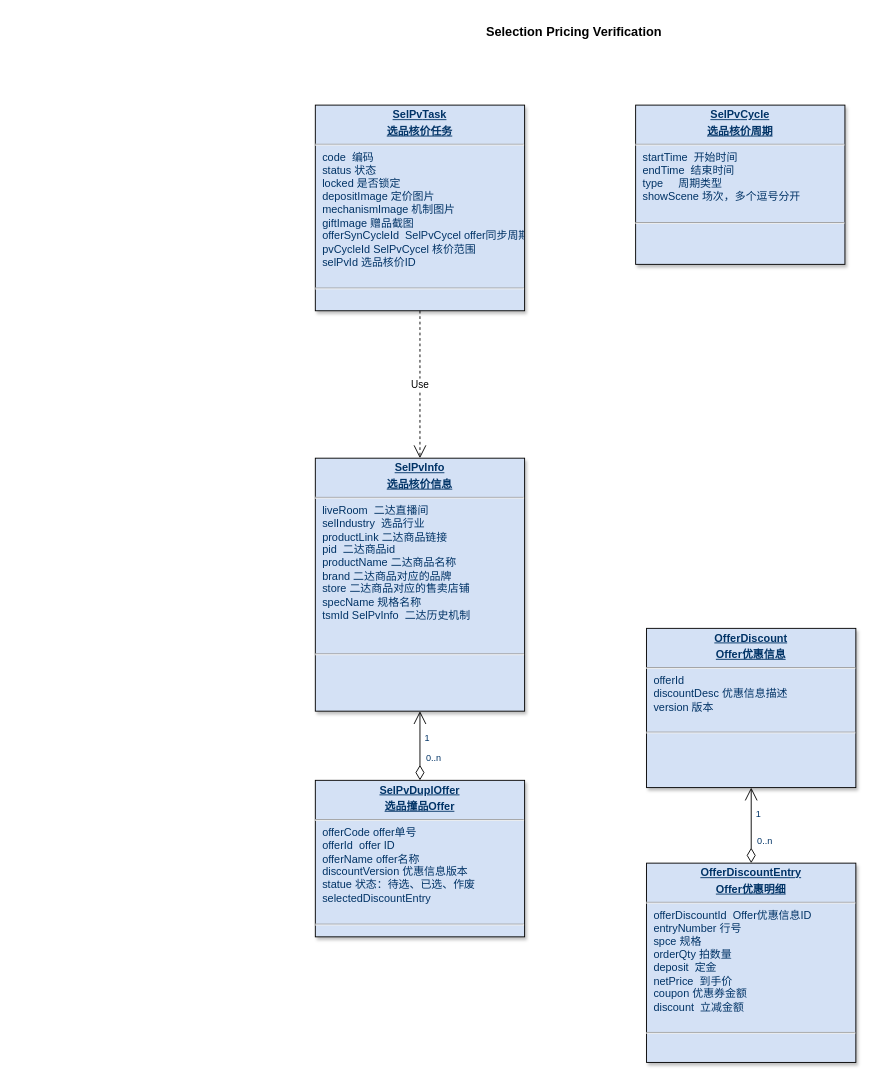
This is page "选品核价" (21 of 21) of 美one.drawio from rockywade/draw, a draw.io file, before an edit. Source tidied: cells renumbered, new cells numbered last; positions are measured from the earlier drawing's top-left corner, leaving out a move shared by most shapes. Both pictures are drawn from the tidied source at 91%, with x=0, y=0 at pixel (315, 15).
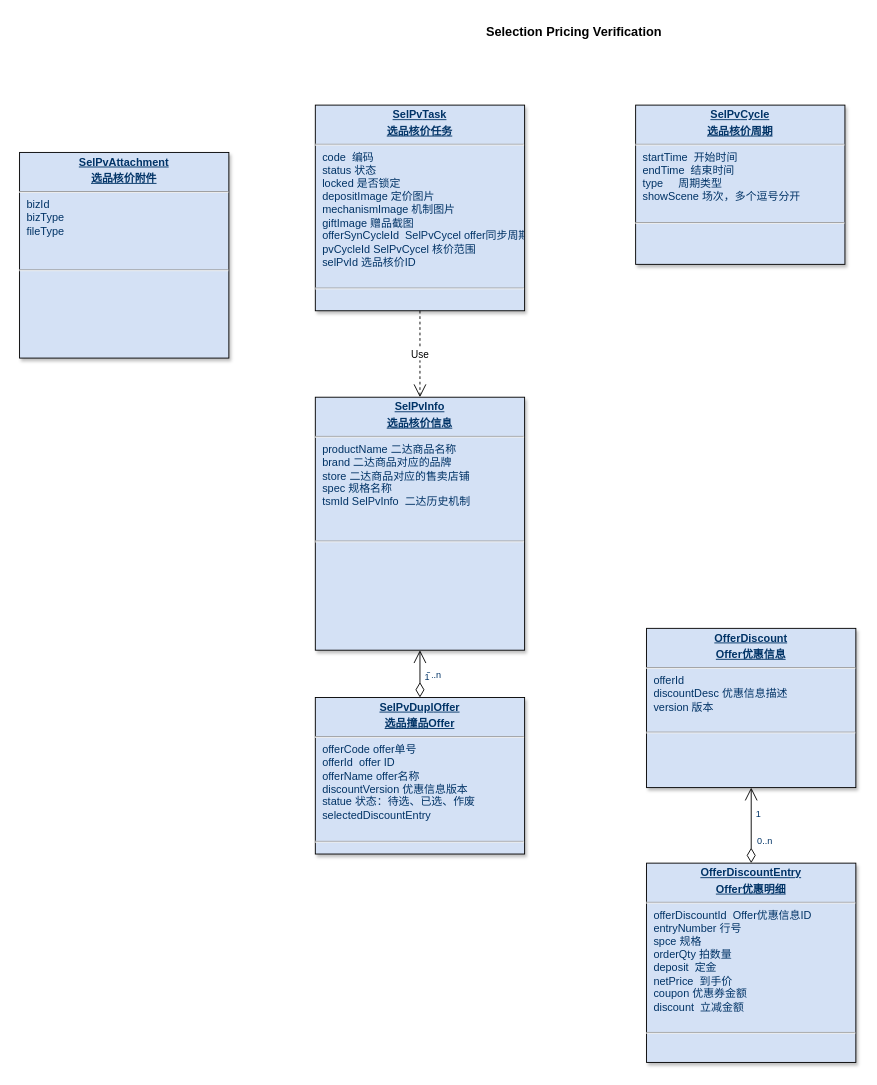
The same diagram, later.

Change to the diagram source:
```diff
@@
 <mxGraphModel>
   <root>
     <mxCell id="0" />
     <mxCell id="1" parent="0" />
     <mxCell id="2" value="&lt;p style=&quot;margin: 4px 0px 0px; text-align: center;&quot;&gt;&lt;span style=&quot;background-color: transparent; text-align: left;&quot;&gt;&lt;b&gt;&lt;u&gt;SelPv&lt;/u&gt;&lt;/b&gt;&lt;/span&gt;&lt;span style=&quot;background-color: transparent; text-align: left;&quot;&gt;&lt;b&gt;&lt;u&gt;Task&lt;/u&gt;&lt;/b&gt;&lt;/span&gt;&lt;/p&gt;&lt;p style=&quot;margin: 4px 0px 0px; text-align: center;&quot;&gt;&lt;span style=&quot;background-color: transparent; text-align: left;&quot;&gt;&lt;b&gt;&lt;u&gt;选品核价任务&lt;/u&gt;&lt;/b&gt;&lt;/span&gt;&lt;/p&gt;&lt;hr&gt;&lt;p style=&quot;margin: 0px; margin-left: 8px;&quot;&gt;code&amp;nbsp; 编码&lt;/p&gt;&lt;p style=&quot;margin: 0px; margin-left: 8px;&quot;&gt;status 状态&lt;/p&gt;&lt;p style=&quot;margin: 0px; margin-left: 8px;&quot;&gt;locked 是否锁定&lt;br&gt;&lt;/p&gt;&lt;p style=&quot;margin: 0px 0px 0px 8px;&quot;&gt;&lt;span style=&quot;background-color: transparent; color: light-dark(rgb(0, 51, 102), rgb(161, 205, 249));&quot;&gt;depositImage 定价图片&lt;/span&gt;&lt;/p&gt;&lt;p style=&quot;margin: 0px 0px 0px 8px;&quot;&gt;mechanismImage 机制图片&lt;/p&gt;&lt;p style=&quot;margin: 0px 0px 0px 8px;&quot;&gt;giftImage&amp;nbsp;赠品截图&lt;/p&gt;&lt;p style=&quot;margin: 0px; margin-left: 8px;&quot;&gt;offerSynCycleId&amp;nbsp; SelPvCycel offer同步周期&lt;/p&gt;&lt;p style=&quot;margin: 0px; margin-left: 8px;&quot;&gt;&lt;span style=&quot;background-color: transparent;&quot;&gt;pvCycleId&amp;nbsp;&lt;/span&gt;&lt;span style=&quot;background-color: transparent;&quot;&gt;SelPvCycel&amp;nbsp;&lt;/span&gt;&lt;span style=&quot;background-color: transparent; color: light-dark(rgb(0, 51, 102), rgb(161, 205, 249));&quot;&gt;核价范围&lt;/span&gt;&lt;/p&gt;&lt;p style=&quot;margin: 0px; margin-left: 8px;&quot;&gt;selPvId 选品核价ID&lt;span style=&quot;background-color: transparent; color: light-dark(rgb(0, 51, 102), rgb(161, 205, 249));&quot;&gt;&lt;/span&gt;&lt;/p&gt;&lt;p style=&quot;margin: 0px; margin-left: 8px;&quot;&gt;&lt;span style=&quot;background-color: transparent;&quot;&gt;&lt;br&gt;&lt;/span&gt;&lt;/p&gt;&lt;hr&gt;&lt;p style=&quot;margin: 0px; margin-left: 8px;&quot;&gt;&lt;br&gt;&lt;/p&gt;&lt;p style=&quot;margin: 0px; margin-left: 8px;&quot;&gt;&lt;br&gt;&lt;/p&gt;" style="verticalAlign=top;align=left;overflow=fill;fontSize=12;fontFamily=Helvetica;html=1;strokeColor=default;shadow=1;fillColor=#D4E1F5;fontColor=#003366;rounded=0;glass=0;imageAspect=1;labelBackgroundColor=none;textShadow=0;direction=east;" parent="1" vertex="1">
       <mxGeometry y="98" width="230" height="226" as="geometry" />
     </mxCell>
     <mxCell id="3" value="&lt;b&gt;&lt;font style=&quot;font-size: 14px;&quot;&gt;Selection Pricing Verification&lt;/font&gt;&lt;/b&gt;" style="text;html=1;align=center;verticalAlign=middle;whiteSpace=wrap;rounded=0;" parent="1" vertex="1">
       <mxGeometry x="154" width="261" height="35" as="geometry" />
     </mxCell>
     <mxCell id="4" value="&lt;p style=&quot;margin: 4px 0px 0px; text-align: center;&quot;&gt;&lt;span style=&quot;background-color: transparent; text-align: left;&quot;&gt;&lt;b&gt;&lt;u&gt;SelPv&lt;/u&gt;&lt;/b&gt;&lt;/span&gt;&lt;span style=&quot;background-color: transparent; text-align: left;&quot;&gt;&lt;b&gt;&lt;u&gt;Cycle&lt;/u&gt;&lt;/b&gt;&lt;/span&gt;&lt;/p&gt;&lt;p style=&quot;margin: 4px 0px 0px; text-align: center;&quot;&gt;&lt;span style=&quot;background-color: transparent; text-align: left;&quot;&gt;&lt;b&gt;&lt;u&gt;选品核价周期&lt;/u&gt;&lt;/b&gt;&lt;/span&gt;&lt;/p&gt;&lt;hr&gt;&lt;p style=&quot;margin: 0px; margin-left: 8px;&quot;&gt;startTime&amp;nbsp; 开始时间&lt;/p&gt;&lt;p style=&quot;margin: 0px; margin-left: 8px;&quot;&gt;endTime&amp;nbsp; 结束时间&lt;/p&gt;&lt;p style=&quot;margin: 0px; margin-left: 8px;&quot;&gt;type&amp;nbsp; &amp;nbsp; &amp;nbsp;周期类型&lt;/p&gt;&lt;p style=&quot;margin: 0px; margin-left: 8px;&quot;&gt;showScene 场次，多个逗号分开&lt;/p&gt;&lt;p style=&quot;margin: 0px; margin-left: 8px;&quot;&gt;&lt;br&gt;&lt;/p&gt;&lt;hr&gt;&lt;p style=&quot;margin: 0px; margin-left: 8px;&quot;&gt;&lt;br&gt;&lt;/p&gt;&lt;p style=&quot;margin: 0px; margin-left: 8px;&quot;&gt;&lt;br&gt;&lt;/p&gt;" style="verticalAlign=top;align=left;overflow=fill;fontSize=12;fontFamily=Helvetica;html=1;strokeColor=default;shadow=1;fillColor=#D4E1F5;fontColor=#003366;rounded=0;glass=0;imageAspect=1;labelBackgroundColor=none;textShadow=0;direction=east;" parent="1" vertex="1">
       <mxGeometry x="352" y="98" width="230" height="175" as="geometry" />
     </mxCell>
     <mxCell id="5" value="&lt;p style=&quot;margin: 4px 0px 0px; text-align: center;&quot;&gt;&lt;span style=&quot;background-color: transparent; text-align: left;&quot;&gt;&lt;b&gt;&lt;u&gt;SelPvD&lt;/u&gt;&lt;/b&gt;&lt;/span&gt;&lt;span style=&quot;background-color: transparent; text-align: left;&quot;&gt;&lt;b&gt;&lt;u&gt;upl&lt;/u&gt;&lt;/b&gt;&lt;/span&gt;&lt;b style=&quot;background-color: transparent; text-align: left; color: light-dark(rgb(0, 51, 102), rgb(161, 205, 249));&quot;&gt;&lt;u&gt;Offer&lt;/u&gt;&lt;/b&gt;&lt;/p&gt;&lt;p style=&quot;margin: 4px 0px 0px; text-align: center;&quot;&gt;&lt;span style=&quot;background-color: transparent; text-align: left;&quot;&gt;&lt;b&gt;&lt;u&gt;选品撞品Offer&lt;/u&gt;&lt;/b&gt;&lt;/span&gt;&lt;/p&gt;&lt;hr&gt;&lt;p style=&quot;margin: 0px; margin-left: 8px;&quot;&gt;offerCode offer单号&lt;/p&gt;&lt;p style=&quot;margin: 0px; margin-left: 8px;&quot;&gt;offerId&amp;nbsp; offer ID&lt;/p&gt;&lt;p style=&quot;margin: 0px; margin-left: 8px;&quot;&gt;offerName offer名称&lt;/p&gt;&lt;p style=&quot;margin: 0px; margin-left: 8px;&quot;&gt;discountVersion 优惠信息版本&lt;/p&gt;&lt;p style=&quot;margin: 0px; margin-left: 8px;&quot;&gt;statue 状态：待选、已选、作废&lt;/p&gt;&lt;p style=&quot;margin: 0px; margin-left: 8px;&quot;&gt;selectedDiscountEntry&lt;/p&gt;&lt;p style=&quot;margin: 0px; margin-left: 8px;&quot;&gt;&lt;span style=&quot;background-color: transparent;&quot;&gt;&lt;br&gt;&lt;/span&gt;&lt;/p&gt;&lt;hr&gt;&lt;p style=&quot;margin: 0px; margin-left: 8px;&quot;&gt;&lt;br&gt;&lt;/p&gt;&lt;p style=&quot;margin: 0px; margin-left: 8px;&quot;&gt;&lt;br&gt;&lt;/p&gt;" style="verticalAlign=top;align=left;overflow=fill;fontSize=12;fontFamily=Helvetica;html=1;strokeColor=default;shadow=1;fillColor=#D4E1F5;fontColor=#003366;rounded=0;glass=0;imageAspect=1;labelBackgroundColor=none;textShadow=0;direction=east;" parent="1" vertex="1">
-      <mxGeometry y="840" width="230" height="172" as="geometry" />
+      <mxGeometry y="749" width="230" height="172" as="geometry" />
     </mxCell>
     <mxCell id="6" style="endArrow=open;endSize=12;startArrow=diamondThin;startSize=14;startFill=0;edgeStyle=orthogonalEdgeStyle;exitX=0.5;exitY=0;exitDx=0;exitDy=0;entryX=0.5;entryY=1;entryDx=0;entryDy=0;" parent="1" edge="1" source="5" target="9">
       <mxGeometry x="-377.9" y="803.2" as="geometry" />
     </mxCell>
     <mxCell id="7" value="0..n" style="align=left;verticalAlign=top;labelBackgroundColor=#ffffff;fontSize=10;strokeColor=#003366;shadow=1;fillColor=#D4E1F5;fontColor=#003366;" parent="6" vertex="1">
       <mxGeometry x="-1" relative="1" as="geometry">
         <mxPoint x="5" y="-37" as="offset" />
       </mxGeometry>
     </mxCell>
     <mxCell id="8" value="1" style="align=right;verticalAlign=top;labelBackgroundColor=#ffffff;fontSize=10;strokeColor=#003366;shadow=1;fillColor=#D4E1F5;fontColor=#003366;" parent="6" vertex="1">
       <mxGeometry x="1" relative="1" as="geometry">
         <mxPoint x="12" y="17" as="offset" />
       </mxGeometry>
     </mxCell>
-    <mxCell id="9" value="&lt;p style=&quot;margin: 4px 0px 0px; text-align: center;&quot;&gt;&lt;span style=&quot;background-color: transparent; text-align: left;&quot;&gt;&lt;b&gt;&lt;u&gt;SelPvInfo&lt;/u&gt;&lt;/b&gt;&lt;/span&gt;&lt;/p&gt;&lt;p style=&quot;margin: 4px 0px 0px; text-align: center;&quot;&gt;&lt;span style=&quot;background-color: transparent; text-align: left;&quot;&gt;&lt;b&gt;&lt;u&gt;选品核价信息&lt;/u&gt;&lt;/b&gt;&lt;/span&gt;&lt;/p&gt;&lt;hr&gt;&lt;p style=&quot;margin: 0px; margin-left: 8px;&quot;&gt;&lt;span style=&quot;background-color: transparent; color: light-dark(rgb(0, 51, 102), rgb(161, 205, 249));&quot;&gt;liveRoom&amp;nbsp; 二达直播间&lt;/span&gt;&lt;/p&gt;&lt;p style=&quot;margin: 0px; margin-left: 8px;&quot;&gt;selIndustry&amp;nbsp; 选品行业&lt;/p&gt;&lt;p style=&quot;margin: 0px; margin-left: 8px;&quot;&gt;productLink&amp;nbsp;二达商品链接&lt;/p&gt;&lt;p style=&quot;margin: 0px; margin-left: 8px;&quot;&gt;pid&amp;nbsp;&amp;nbsp;&lt;span style=&quot;background-color: transparent; color: light-dark(rgb(0, 51, 102), rgb(161, 205, 249));&quot;&gt;二达商品id&lt;/span&gt;&lt;/p&gt;&lt;p style=&quot;margin: 0px; margin-left: 8px;&quot;&gt;&lt;span style=&quot;background-color: transparent; color: light-dark(rgb(0, 51, 102), rgb(161, 205, 249));&quot;&gt;productName&amp;nbsp;&lt;/span&gt;&lt;span style=&quot;background-color: transparent; color: light-dark(rgb(0, 51, 102), rgb(161, 205, 249));&quot;&gt;二达商品名称&lt;/span&gt;&lt;/p&gt;&lt;p style=&quot;margin: 0px; margin-left: 8px;&quot;&gt;&lt;span style=&quot;background-color: transparent; color: light-dark(rgb(0, 51, 102), rgb(161, 205, 249));&quot;&gt;brand&amp;nbsp;&lt;/span&gt;&lt;span style=&quot;background-color: transparent; color: light-dark(rgb(0, 51, 102), rgb(161, 205, 249));&quot;&gt;二达商品对应的品牌&lt;/span&gt;&lt;/p&gt;&lt;p style=&quot;margin: 0px; margin-left: 8px;&quot;&gt;&lt;span style=&quot;background-color: transparent; color: light-dark(rgb(0, 51, 102), rgb(161, 205, 249));&quot;&gt;store&amp;nbsp;&lt;/span&gt;&lt;span style=&quot;background-color: transparent; color: light-dark(rgb(0, 51, 102), rgb(161, 205, 249));&quot;&gt;二达商品对应的售卖店铺&lt;/span&gt;&lt;/p&gt;&lt;p style=&quot;margin: 0px; margin-left: 8px;&quot;&gt;&lt;span style=&quot;background-color: transparent;&quot;&gt;specName 规格名称&lt;br&gt;tsmId&amp;nbsp;&lt;/span&gt;&lt;span style=&quot;background-color: transparent;&quot;&gt;SelPvInfo&amp;nbsp; 二达历史机制&lt;/span&gt;&lt;/p&gt;&lt;p style=&quot;margin: 0px; margin-left: 8px;&quot;&gt;&lt;span style=&quot;background-color: transparent;&quot;&gt;&lt;br&gt;&lt;/span&gt;&lt;/p&gt;&lt;p style=&quot;margin: 0px; margin-left: 8px;&quot;&gt;&lt;span style=&quot;background-color: transparent;&quot;&gt;&lt;br&gt;&lt;/span&gt;&lt;/p&gt;&lt;hr&gt;&lt;p style=&quot;margin: 0px; margin-left: 8px;&quot;&gt;&lt;br&gt;&lt;/p&gt;&lt;p style=&quot;margin: 0px; margin-left: 8px;&quot;&gt;&lt;br&gt;&lt;/p&gt;" style="verticalAlign=top;align=left;overflow=fill;fontSize=12;fontFamily=Helvetica;html=1;strokeColor=default;shadow=1;fillColor=#D4E1F5;fontColor=#003366;rounded=0;glass=0;imageAspect=1;labelBackgroundColor=none;textShadow=0;direction=east;" parent="1" vertex="1">
-      <mxGeometry y="486" width="230" height="278" as="geometry" />
+    <mxCell id="9" value="&lt;p style=&quot;margin: 4px 0px 0px; text-align: center;&quot;&gt;&lt;span style=&quot;background-color: transparent; text-align: left;&quot;&gt;&lt;b&gt;&lt;u&gt;SelPvInfo&lt;/u&gt;&lt;/b&gt;&lt;/span&gt;&lt;/p&gt;&lt;p style=&quot;margin: 4px 0px 0px; text-align: center;&quot;&gt;&lt;span style=&quot;background-color: transparent; text-align: left;&quot;&gt;&lt;b&gt;&lt;u&gt;选品核价信息&lt;/u&gt;&lt;/b&gt;&lt;/span&gt;&lt;/p&gt;&lt;hr&gt;&lt;p style=&quot;margin: 0px; margin-left: 8px;&quot;&gt;&lt;span style=&quot;background-color: transparent; color: light-dark(rgb(0, 51, 102), rgb(161, 205, 249));&quot;&gt;productName&amp;nbsp;&lt;/span&gt;&lt;span style=&quot;background-color: transparent; color: light-dark(rgb(0, 51, 102), rgb(161, 205, 249));&quot;&gt;二达商品名称&lt;/span&gt;&lt;/p&gt;&lt;p style=&quot;margin: 0px; margin-left: 8px;&quot;&gt;&lt;span style=&quot;background-color: transparent; color: light-dark(rgb(0, 51, 102), rgb(161, 205, 249));&quot;&gt;brand&amp;nbsp;&lt;/span&gt;&lt;span style=&quot;background-color: transparent; color: light-dark(rgb(0, 51, 102), rgb(161, 205, 249));&quot;&gt;二达商品对应的品牌&lt;/span&gt;&lt;/p&gt;&lt;p style=&quot;margin: 0px; margin-left: 8px;&quot;&gt;&lt;span style=&quot;background-color: transparent; color: light-dark(rgb(0, 51, 102), rgb(161, 205, 249));&quot;&gt;store&amp;nbsp;&lt;/span&gt;&lt;span style=&quot;background-color: transparent; color: light-dark(rgb(0, 51, 102), rgb(161, 205, 249));&quot;&gt;二达商品对应的售卖店铺&lt;/span&gt;&lt;/p&gt;&lt;p style=&quot;margin: 0px; margin-left: 8px;&quot;&gt;&lt;span style=&quot;background-color: transparent;&quot;&gt;spec 规格名称&lt;br&gt;tsmId&amp;nbsp;&lt;/span&gt;&lt;span style=&quot;background-color: transparent;&quot;&gt;SelPvInfo&amp;nbsp; 二达历史机制&lt;/span&gt;&lt;/p&gt;&lt;p style=&quot;margin: 0px; margin-left: 8px;&quot;&gt;&lt;span style=&quot;background-color: transparent;&quot;&gt;&lt;br&gt;&lt;/span&gt;&lt;/p&gt;&lt;p style=&quot;margin: 0px; margin-left: 8px;&quot;&gt;&lt;span style=&quot;background-color: transparent;&quot;&gt;&lt;br&gt;&lt;/span&gt;&lt;/p&gt;&lt;hr&gt;&lt;p style=&quot;margin: 0px; margin-left: 8px;&quot;&gt;&lt;br&gt;&lt;/p&gt;&lt;p style=&quot;margin: 0px; margin-left: 8px;&quot;&gt;&lt;br&gt;&lt;/p&gt;" style="verticalAlign=top;align=left;overflow=fill;fontSize=12;fontFamily=Helvetica;html=1;strokeColor=default;shadow=1;fillColor=#D4E1F5;fontColor=#003366;rounded=0;glass=0;imageAspect=1;labelBackgroundColor=none;textShadow=0;direction=east;" parent="1" vertex="1">
+      <mxGeometry y="419" width="230" height="278" as="geometry" />
     </mxCell>
     <mxCell id="10" value="Use" style="endArrow=open;endSize=12;dashed=1;html=1;rounded=0;exitX=0.5;exitY=1;exitDx=0;exitDy=0;entryX=0.5;entryY=0;entryDx=0;entryDy=0;" parent="1" edge="1" source="2" target="9">
       <mxGeometry relative="1" as="geometry" />
     </mxCell>
     <mxCell id="11" value="&lt;p style=&quot;margin: 4px 0px 0px; text-align: center;&quot;&gt;&lt;span style=&quot;background-color: transparent; text-align: left;&quot;&gt;&lt;b&gt;&lt;u&gt;OfferDiscount&lt;/u&gt;&lt;/b&gt;&lt;/span&gt;&lt;/p&gt;&lt;p style=&quot;margin: 4px 0px 0px; text-align: center;&quot;&gt;&lt;span style=&quot;background-color: transparent; text-align: left;&quot;&gt;&lt;b&gt;&lt;u&gt;Offer优惠信息&lt;/u&gt;&lt;/b&gt;&lt;/span&gt;&lt;/p&gt;&lt;hr&gt;&lt;p style=&quot;margin: 0px; margin-left: 8px;&quot;&gt;offerId&lt;/p&gt;&lt;p style=&quot;margin: 0px; margin-left: 8px;&quot;&gt;discountDesc 优惠信息描述&lt;br&gt;version 版本&lt;/p&gt;&lt;p style=&quot;margin: 0px; margin-left: 8px;&quot;&gt;&lt;br&gt;&lt;/p&gt;&lt;hr&gt;&lt;p style=&quot;margin: 0px; margin-left: 8px;&quot;&gt;&lt;br&gt;&lt;/p&gt;&lt;p style=&quot;margin: 0px; margin-left: 8px;&quot;&gt;&lt;br&gt;&lt;/p&gt;" style="verticalAlign=top;align=left;overflow=fill;fontSize=12;fontFamily=Helvetica;html=1;strokeColor=default;shadow=1;fillColor=#D4E1F5;fontColor=#003366;rounded=0;glass=0;imageAspect=1;labelBackgroundColor=none;textShadow=0;direction=east;" parent="1" vertex="1">
       <mxGeometry x="364" y="673" width="230" height="175" as="geometry" />
     </mxCell>
     <mxCell id="12" value="&lt;p style=&quot;margin: 4px 0px 0px; text-align: center;&quot;&gt;&lt;span style=&quot;background-color: transparent; text-align: left;&quot;&gt;&lt;b&gt;&lt;u&gt;OfferDiscountEntry&lt;/u&gt;&lt;/b&gt;&lt;/span&gt;&lt;/p&gt;&lt;p style=&quot;margin: 4px 0px 0px; text-align: center;&quot;&gt;&lt;span style=&quot;background-color: transparent; text-align: left;&quot;&gt;&lt;b&gt;&lt;u&gt;Offer优惠明细&lt;/u&gt;&lt;/b&gt;&lt;/span&gt;&lt;/p&gt;&lt;hr&gt;&lt;p style=&quot;margin: 0px; margin-left: 8px;&quot;&gt;offerDiscountId&amp;nbsp; Offer优惠信息ID&lt;/p&gt;&lt;p style=&quot;margin: 0px; margin-left: 8px;&quot;&gt;entryNumber 行号&lt;br&gt;&lt;/p&gt;&lt;p style=&quot;margin: 0px; margin-left: 8px;&quot;&gt;spce 规格&lt;/p&gt;&lt;p style=&quot;margin: 0px; margin-left: 8px;&quot;&gt;orderQty 拍数量&lt;/p&gt;&lt;p style=&quot;margin: 0px; margin-left: 8px;&quot;&gt;deposit&amp;nbsp; 定金&lt;/p&gt;&lt;p style=&quot;margin: 0px; margin-left: 8px;&quot;&gt;netPrice&amp;nbsp; 到手价&lt;/p&gt;&lt;p style=&quot;margin: 0px; margin-left: 8px;&quot;&gt;coupon 优惠券金额&lt;/p&gt;&lt;p style=&quot;margin: 0px; margin-left: 8px;&quot;&gt;discount&amp;nbsp; 立减金额&lt;/p&gt;&lt;p style=&quot;margin: 0px; margin-left: 8px;&quot;&gt;&lt;br&gt;&lt;/p&gt;&lt;hr&gt;&lt;p style=&quot;margin: 0px; margin-left: 8px;&quot;&gt;&lt;br&gt;&lt;/p&gt;&lt;p style=&quot;margin: 0px; margin-left: 8px;&quot;&gt;&lt;br&gt;&lt;/p&gt;" style="verticalAlign=top;align=left;overflow=fill;fontSize=12;fontFamily=Helvetica;html=1;strokeColor=default;shadow=1;fillColor=#D4E1F5;fontColor=#003366;rounded=0;glass=0;imageAspect=1;labelBackgroundColor=none;textShadow=0;direction=east;" parent="1" vertex="1">
       <mxGeometry x="364" y="931" width="230" height="219" as="geometry" />
     </mxCell>
     <mxCell id="13" style="endArrow=open;endSize=12;startArrow=diamondThin;startSize=14;startFill=0;edgeStyle=orthogonalEdgeStyle;exitX=0.5;exitY=0;exitDx=0;exitDy=0;entryX=0.5;entryY=1;entryDx=0;entryDy=0;" parent="1" edge="1" source="12" target="11">
       <mxGeometry x="-377.9" y="803.2" as="geometry" />
     </mxCell>
     <mxCell id="14" value="0..n" style="align=left;verticalAlign=top;labelBackgroundColor=#ffffff;fontSize=10;strokeColor=#003366;shadow=1;fillColor=#D4E1F5;fontColor=#003366;" parent="13" vertex="1">
       <mxGeometry x="-1" relative="1" as="geometry">
         <mxPoint x="5" y="-37" as="offset" />
       </mxGeometry>
     </mxCell>
     <mxCell id="15" value="1" style="align=right;verticalAlign=top;labelBackgroundColor=#ffffff;fontSize=10;strokeColor=#003366;shadow=1;fillColor=#D4E1F5;fontColor=#003366;" parent="13" vertex="1">
       <mxGeometry x="1" relative="1" as="geometry">
         <mxPoint x="12" y="17" as="offset" />
       </mxGeometry>
     </mxCell>
+    <mxCell id="16" value="&lt;p style=&quot;margin: 4px 0px 0px; text-align: center;&quot;&gt;&lt;span style=&quot;background-color: transparent; text-align: left;&quot;&gt;&lt;b&gt;&lt;u&gt;S&lt;/u&gt;&lt;/b&gt;&lt;/span&gt;&lt;span style=&quot;background-color: transparent; text-align: left;&quot;&gt;&lt;b&gt;&lt;u&gt;elPvAttachment&lt;/u&gt;&lt;/b&gt;&lt;/span&gt;&lt;/p&gt;&lt;p style=&quot;margin: 4px 0px 0px; text-align: center;&quot;&gt;&lt;span style=&quot;background-color: transparent; text-align: left;&quot;&gt;&lt;b&gt;&lt;u&gt;选品核价附件&lt;/u&gt;&lt;/b&gt;&lt;/span&gt;&lt;/p&gt;&lt;hr&gt;&lt;p style=&quot;margin: 0px; margin-left: 8px;&quot;&gt;bizId&lt;/p&gt;&lt;p style=&quot;margin: 0px; margin-left: 8px;&quot;&gt;bizType&lt;/p&gt;&lt;p style=&quot;margin: 0px; margin-left: 8px;&quot;&gt;fileType&lt;/p&gt;&lt;p style=&quot;margin: 0px; margin-left: 8px;&quot;&gt;&lt;br&gt;&lt;/p&gt;&lt;p style=&quot;margin: 0px; margin-left: 8px;&quot;&gt;&lt;span style=&quot;background-color: transparent;&quot;&gt;&lt;br&gt;&lt;/span&gt;&lt;/p&gt;&lt;hr&gt;&lt;p style=&quot;margin: 0px; margin-left: 8px;&quot;&gt;&lt;br&gt;&lt;/p&gt;&lt;p style=&quot;margin: 0px; margin-left: 8px;&quot;&gt;&lt;br&gt;&lt;/p&gt;" style="verticalAlign=top;align=left;overflow=fill;fontSize=12;fontFamily=Helvetica;html=1;strokeColor=default;shadow=1;fillColor=#D4E1F5;fontColor=#003366;rounded=0;glass=0;imageAspect=1;labelBackgroundColor=none;textShadow=0;direction=east;" parent="1" vertex="1">
+      <mxGeometry x="-325" y="150" width="230" height="226" as="geometry" />
+    </mxCell>
   </root>
 </mxGraphModel>
```
